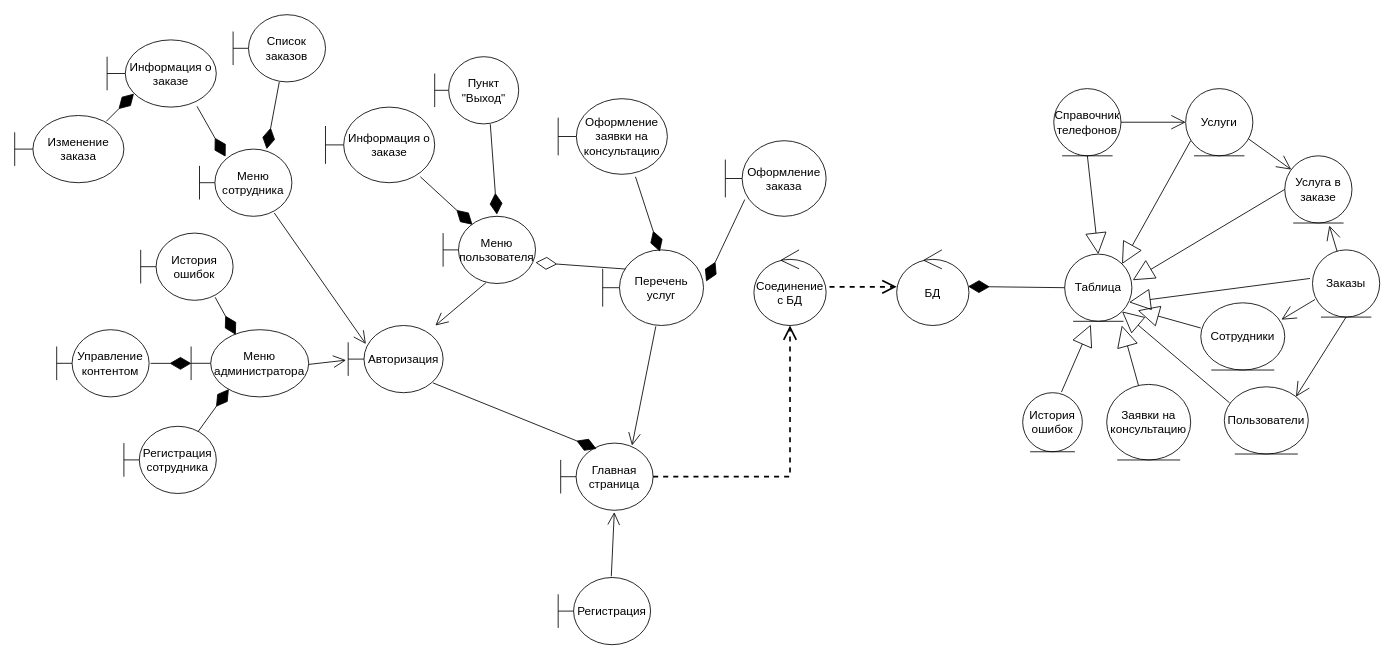
JolyBin/Valeriy keeps this draw.io diagram as page "Диаграмма классов анализа" (1 of 5) of Курсач/Диаграммы/Диаграмма классов анализа.drawio. Above is the earlier version. Source tidied: cells renumbered, new cells numbered last; positions are measured from the earlier drawing's top-left corner, leaving out a move shared by most shapes. Both pictures are drawn from the tidied source at 84%, with x=0, y=0 at pixel (14, 14).
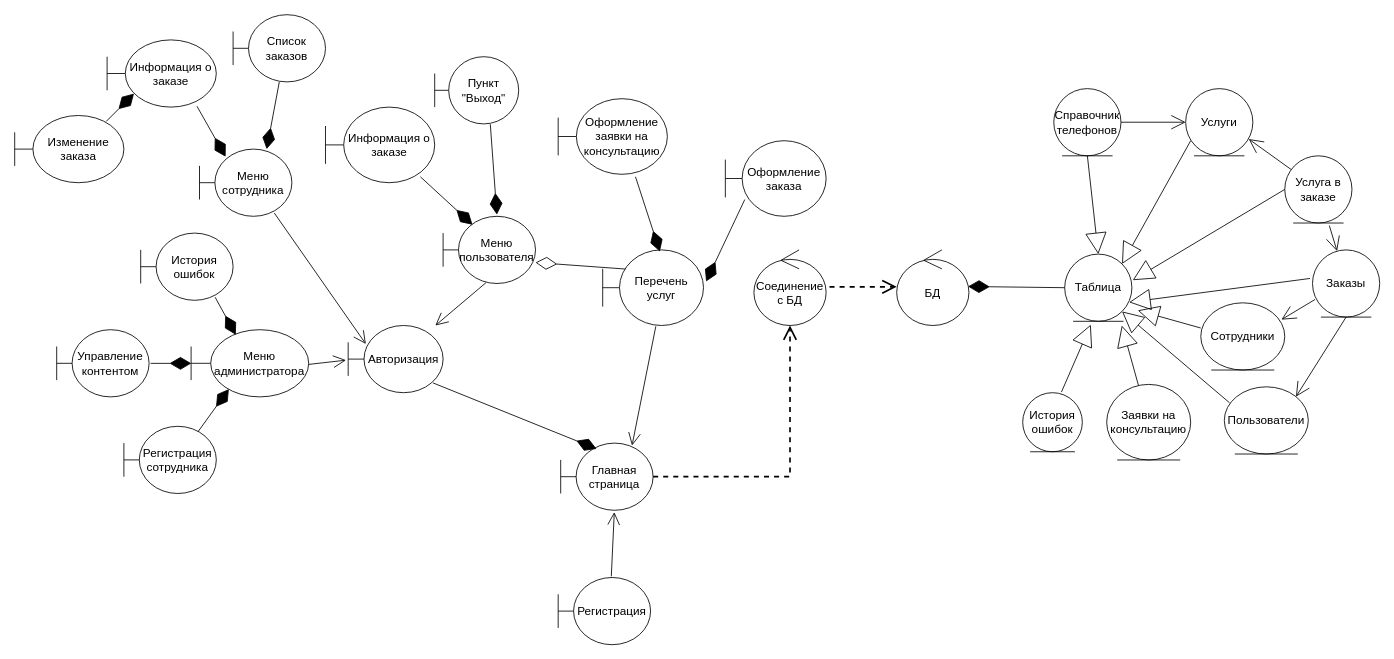
After the change.

Unchanged cells that the change refers to:
```xml
<mxCell id="29" value="Услуги" style="ellipse;shape=umlEntity;whiteSpace=wrap;html=1;fontSize=14;" parent="1" vertex="1">
  <mxGeometry x="1394" y="88" width="80" height="80" as="geometry" />
</mxCell>
<mxCell id="32" value="Заказы" style="ellipse;shape=umlEntity;whiteSpace=wrap;html=1;fontSize=14;" parent="1" vertex="1">
  <mxGeometry x="1545" y="280" width="80" height="80" as="geometry" />
</mxCell>
<mxCell id="50" value="Услуга в заказе" style="ellipse;shape=umlEntity;whiteSpace=wrap;html=1;fontSize=14;" parent="1" vertex="1">
  <mxGeometry x="1512" y="168" width="80" height="80" as="geometry" />
</mxCell>
```

The edit, as a diff of the source:
```diff
@@
-    <mxCell id="51" style="endArrow=none;html=1;exitX=0.663;exitY=1.038;exitDx=0;exitDy=0;endFill=0;endSize=15;startSize=15;startArrow=open;startFill=0;exitPerimeter=0;" parent="1" edge="1" source="50" target="32">
+    <mxCell id="51" style="endArrow=open;html=1;exitX=0.663;exitY=1.038;exitDx=0;exitDy=0;endFill=0;endSize=15;startSize=15;startArrow=none;startFill=0;exitPerimeter=0;" parent="1" edge="1" source="50" target="32">
       <mxGeometry relative="1" as="geometry" />
     </mxCell>
-    <mxCell id="52" style="endArrow=none;html=1;entryX=0.938;entryY=0.75;entryDx=0;entryDy=0;endFill=0;endSize=15;startSize=15;startArrow=open;startFill=0;entryPerimeter=0;" parent="1" edge="1" source="50" target="29">
+    <mxCell id="52" style="endArrow=open;html=1;entryX=0.938;entryY=0.75;entryDx=0;entryDy=0;endFill=0;endSize=15;startSize=15;startArrow=none;startFill=0;entryPerimeter=0;" parent="1" edge="1" source="50" target="29">
       <mxGeometry relative="1" as="geometry" />
     </mxCell>
```
